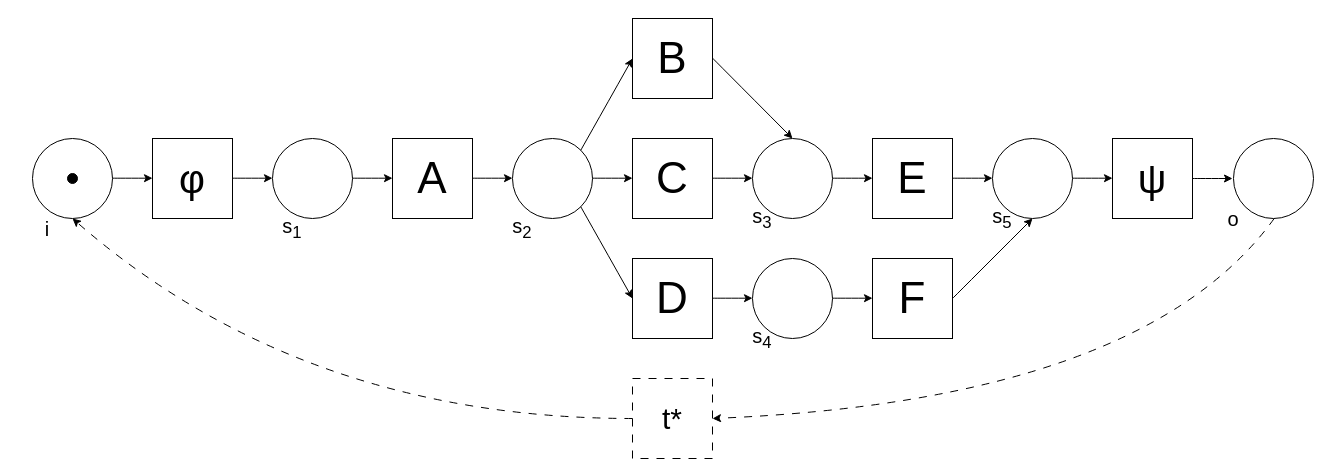
Earlier version of the draw.io diagram StateMaschine.drawio (Marakil/BA_Bilder). Source tidied: cells renumbered, new cells numbered last; positions are measured from the earlier drawing's top-left corner, leaving out a move shared by most shapes. Both pictures are drawn from the tidied source at 100%, with x=0, y=0 at pixel (17, 18).
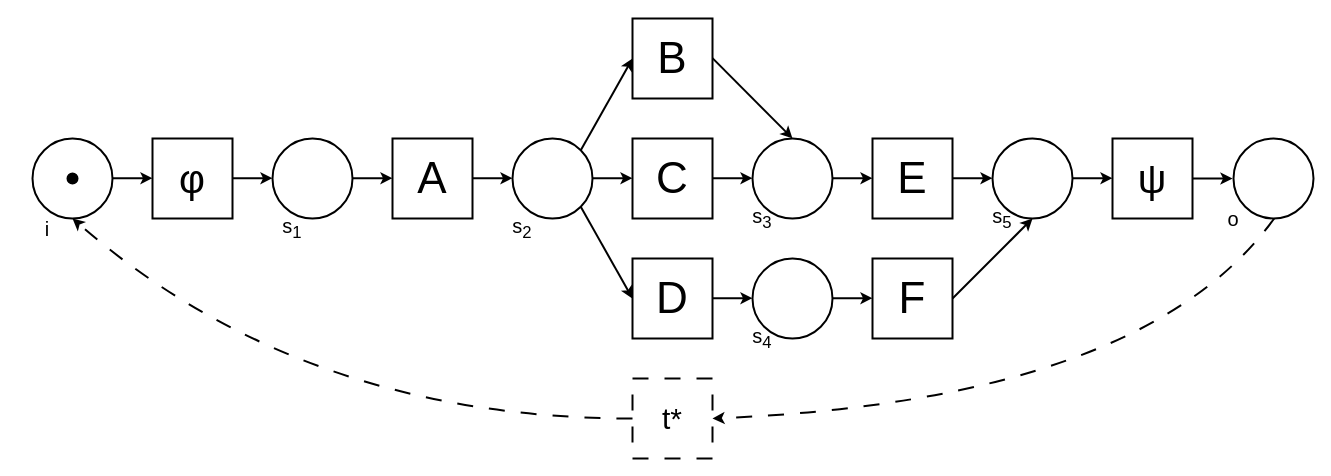
Above is the later version.

Change to the diagram source:
```diff
@@
-    <mxCell id="2" style="ellipse;whiteSpace=wrap;html=1;strokeWidth=1;" parent="1" vertex="1">
+    <mxCell id="2" style="ellipse;whiteSpace=wrap;html=1;strokeWidth=2;" parent="1" vertex="1">
       <mxGeometry x="15" y="120" width="80" height="80" as="geometry" />
     </mxCell>
-    <mxCell id="3" value="φ" style="rounded=0;whiteSpace=wrap;html=1;fontSize=40;strokeWidth=1;" parent="1" vertex="1">
+    <mxCell id="3" value="φ" style="rounded=0;whiteSpace=wrap;html=1;fontSize=40;strokeWidth=2;" parent="1" vertex="1">
       <mxGeometry x="135" y="120" width="80" height="80" as="geometry" />
     </mxCell>
-    <mxCell id="4" style="ellipse;whiteSpace=wrap;html=1;strokeWidth=1;" parent="1" vertex="1">
+    <mxCell id="4" style="ellipse;whiteSpace=wrap;html=1;strokeWidth=2;" parent="1" vertex="1">
       <mxGeometry x="255" y="120" width="80" height="80" as="geometry" />
     </mxCell>
-    <mxCell id="5" value="A" style="rounded=0;whiteSpace=wrap;html=1;fontSize=44;strokeWidth=1;" parent="1" vertex="1">
+    <mxCell id="5" value="A" style="rounded=0;whiteSpace=wrap;html=1;fontSize=44;strokeWidth=2;" parent="1" vertex="1">
       <mxGeometry x="375" y="120" width="80" height="80" as="geometry" />
     </mxCell>
-    <mxCell id="6" style="ellipse;whiteSpace=wrap;html=1;strokeWidth=1;" parent="1" vertex="1">
+    <mxCell id="6" style="ellipse;whiteSpace=wrap;html=1;strokeWidth=2;" parent="1" vertex="1">
       <mxGeometry x="495" y="120" width="80" height="80" as="geometry" />
     </mxCell>
-    <mxCell id="7" value="B" style="rounded=0;whiteSpace=wrap;html=1;fontSize=44;strokeWidth=1;" parent="1" vertex="1">
+    <mxCell id="7" value="B" style="rounded=0;whiteSpace=wrap;html=1;fontSize=44;strokeWidth=2;" parent="1" vertex="1">
       <mxGeometry x="615" width="80" height="80" as="geometry" />
     </mxCell>
-    <mxCell id="8" value="C" style="rounded=0;whiteSpace=wrap;html=1;fontSize=44;strokeWidth=1;" parent="1" vertex="1">
+    <mxCell id="8" value="C" style="rounded=0;whiteSpace=wrap;html=1;fontSize=44;strokeWidth=2;" parent="1" vertex="1">
       <mxGeometry x="615" y="120" width="80" height="80" as="geometry" />
     </mxCell>
-    <mxCell id="9" value="D" style="rounded=0;whiteSpace=wrap;html=1;fontSize=44;strokeWidth=1;" parent="1" vertex="1">
+    <mxCell id="9" value="D" style="rounded=0;whiteSpace=wrap;html=1;fontSize=44;strokeWidth=2;" parent="1" vertex="1">
       <mxGeometry x="615" y="240" width="80" height="80" as="geometry" />
     </mxCell>
-    <mxCell id="10" style="ellipse;whiteSpace=wrap;html=1;strokeWidth=1;" parent="1" vertex="1">
+    <mxCell id="10" style="ellipse;whiteSpace=wrap;html=1;strokeWidth=2;" parent="1" vertex="1">
       <mxGeometry x="735" y="120" width="80" height="80" as="geometry" />
     </mxCell>
-    <mxCell id="11" style="ellipse;whiteSpace=wrap;html=1;strokeWidth=1;" parent="1" vertex="1">
+    <mxCell id="11" style="ellipse;whiteSpace=wrap;html=1;strokeWidth=2;" parent="1" vertex="1">
       <mxGeometry x="735" y="240" width="80" height="80" as="geometry" />
     </mxCell>
-    <mxCell id="12" value="E" style="rounded=0;whiteSpace=wrap;html=1;fontSize=44;strokeWidth=1;" parent="1" vertex="1">
+    <mxCell id="12" value="E" style="rounded=0;whiteSpace=wrap;html=1;fontSize=44;strokeWidth=2;" parent="1" vertex="1">
       <mxGeometry x="855" y="120" width="80" height="80" as="geometry" />
     </mxCell>
-    <mxCell id="13" value="F" style="rounded=0;whiteSpace=wrap;html=1;fontSize=44;strokeWidth=1;" parent="1" vertex="1">
+    <mxCell id="13" value="F" style="rounded=0;whiteSpace=wrap;html=1;fontSize=44;strokeWidth=2;" parent="1" vertex="1">
       <mxGeometry x="855" y="240" width="80" height="80" as="geometry" />
     </mxCell>
-    <mxCell id="14" style="ellipse;whiteSpace=wrap;html=1;strokeWidth=1;" parent="1" vertex="1">
+    <mxCell id="14" style="ellipse;whiteSpace=wrap;html=1;strokeWidth=2;" parent="1" vertex="1">
       <mxGeometry x="975" y="120" width="80" height="80" as="geometry" />
     </mxCell>
-    <mxCell id="15" value="ψ" style="rounded=0;whiteSpace=wrap;html=1;fontSize=40;strokeWidth=1;" parent="1" vertex="1">
+    <mxCell id="15" value="ψ" style="rounded=0;whiteSpace=wrap;html=1;fontSize=40;strokeWidth=2;" parent="1" vertex="1">
       <mxGeometry x="1095" y="120" width="80" height="80" as="geometry" />
     </mxCell>
-    <mxCell id="16" style="endArrow=classic;html=1;rounded=0;curved=1;exitX=1;exitY=0.5;exitDx=0;exitDy=0;strokeWidth=1;" parent="1" edge="1" source="15">
+    <mxCell id="16" style="endArrow=classic;html=1;rounded=0;curved=1;exitX=1;exitY=0.5;exitDx=0;exitDy=0;strokeWidth=2;" parent="1" edge="1" source="15">
       <mxGeometry relative="1" as="geometry">
         <mxPoint x="1215" y="160" as="targetPoint" />
       </mxGeometry>
     </mxCell>
-    <mxCell id="17" style="ellipse;whiteSpace=wrap;html=1;strokeWidth=1;" parent="1" vertex="1">
+    <mxCell id="17" style="ellipse;whiteSpace=wrap;html=1;strokeWidth=2;" parent="1" vertex="1">
       <mxGeometry x="1216" y="120" width="80" height="80" as="geometry" />
     </mxCell>
-    <mxCell id="18" style="ellipse;whiteSpace=wrap;html=1;fillColor=#000000;strokeWidth=1;" parent="1" vertex="1">
+    <mxCell id="18" style="ellipse;whiteSpace=wrap;html=1;fillColor=#000000;strokeWidth=2;" parent="1" vertex="1">
       <mxGeometry x="50" y="155" width="10" height="10" as="geometry" />
     </mxCell>
-    <mxCell id="19" style="endArrow=classic;html=1;rounded=0;curved=1;exitX=1;exitY=0.5;exitDx=0;exitDy=0;strokeWidth=1;" parent="1" edge="1">
+    <mxCell id="19" style="endArrow=classic;html=1;rounded=0;curved=1;exitX=1;exitY=0.5;exitDx=0;exitDy=0;strokeWidth=2;" parent="1" edge="1">
       <mxGeometry relative="1" as="geometry">
         <mxPoint x="695" y="159.7" as="sourcePoint" />
         <mxPoint x="735" y="159.7" as="targetPoint" />
       </mxGeometry>
     </mxCell>
-    <mxCell id="20" style="endArrow=classic;html=1;rounded=0;curved=1;exitX=1;exitY=0.5;exitDx=0;exitDy=0;strokeWidth=1;" parent="1" edge="1">
+    <mxCell id="20" style="endArrow=classic;html=1;rounded=0;curved=1;exitX=1;exitY=0.5;exitDx=0;exitDy=0;strokeWidth=2;" parent="1" edge="1">
       <mxGeometry relative="1" as="geometry">
         <mxPoint x="695" y="279.7" as="sourcePoint" />
         <mxPoint x="735" y="279.7" as="targetPoint" />
       </mxGeometry>
     </mxCell>
-    <mxCell id="21" style="endArrow=classic;html=1;rounded=0;curved=1;exitX=1;exitY=0.5;exitDx=0;exitDy=0;strokeWidth=1;" parent="1" edge="1">
+    <mxCell id="21" style="endArrow=classic;html=1;rounded=0;curved=1;exitX=1;exitY=0.5;exitDx=0;exitDy=0;strokeWidth=2;" parent="1" edge="1">
       <mxGeometry relative="1" as="geometry">
         <mxPoint x="815" y="279.7" as="sourcePoint" />
         <mxPoint x="855" y="279.7" as="targetPoint" />
       </mxGeometry>
     </mxCell>
-    <mxCell id="22" style="endArrow=classic;html=1;rounded=0;curved=1;exitX=1;exitY=0.5;exitDx=0;exitDy=0;strokeWidth=1;" parent="1" edge="1">
+    <mxCell id="22" style="endArrow=classic;html=1;rounded=0;curved=1;exitX=1;exitY=0.5;exitDx=0;exitDy=0;strokeWidth=2;" parent="1" edge="1">
       <mxGeometry relative="1" as="geometry">
         <mxPoint x="815" y="159.7" as="sourcePoint" />
         <mxPoint x="855" y="159.7" as="targetPoint" />
       </mxGeometry>
     </mxCell>
-    <mxCell id="23" style="endArrow=classic;html=1;rounded=0;curved=1;exitX=1;exitY=0.5;exitDx=0;exitDy=0;strokeWidth=1;" parent="1" edge="1">
+    <mxCell id="23" style="endArrow=classic;html=1;rounded=0;curved=1;exitX=1;exitY=0.5;exitDx=0;exitDy=0;strokeWidth=2;" parent="1" edge="1">
       <mxGeometry relative="1" as="geometry">
         <mxPoint x="935" y="159.7" as="sourcePoint" />
         <mxPoint x="975" y="159.7" as="targetPoint" />
       </mxGeometry>
     </mxCell>
-    <mxCell id="24" style="endArrow=classic;html=1;rounded=0;curved=1;exitX=1;exitY=0.5;exitDx=0;exitDy=0;strokeWidth=1;" parent="1" edge="1">
+    <mxCell id="24" style="endArrow=classic;html=1;rounded=0;curved=1;exitX=1;exitY=0.5;exitDx=0;exitDy=0;strokeWidth=2;" parent="1" edge="1">
       <mxGeometry relative="1" as="geometry">
         <mxPoint x="1055" y="159.7" as="sourcePoint" />
         <mxPoint x="1095" y="159.7" as="targetPoint" />
       </mxGeometry>
     </mxCell>
-    <mxCell id="25" style="endArrow=classic;html=1;rounded=0;curved=1;exitX=1;exitY=0.5;exitDx=0;exitDy=0;strokeWidth=1;" parent="1" edge="1">
+    <mxCell id="25" style="endArrow=classic;html=1;rounded=0;curved=1;exitX=1;exitY=0.5;exitDx=0;exitDy=0;strokeWidth=2;" parent="1" edge="1">
       <mxGeometry relative="1" as="geometry">
         <mxPoint x="575" y="159.7" as="sourcePoint" />
         <mxPoint x="615" y="159.7" as="targetPoint" />
       </mxGeometry>
     </mxCell>
-    <mxCell id="26" style="endArrow=classic;html=1;rounded=0;curved=1;exitX=1;exitY=0.5;exitDx=0;exitDy=0;strokeWidth=1;" parent="1" edge="1">
+    <mxCell id="26" style="endArrow=classic;html=1;rounded=0;curved=1;exitX=1;exitY=0.5;exitDx=0;exitDy=0;strokeWidth=2;" parent="1" edge="1">
       <mxGeometry relative="1" as="geometry">
         <mxPoint x="455" y="159.7" as="sourcePoint" />
         <mxPoint x="495" y="159.7" as="targetPoint" />
       </mxGeometry>
     </mxCell>
-    <mxCell id="27" style="endArrow=classic;html=1;rounded=0;curved=1;exitX=1;exitY=0.5;exitDx=0;exitDy=0;strokeWidth=1;" parent="1" edge="1">
+    <mxCell id="27" style="endArrow=classic;html=1;rounded=0;curved=1;exitX=1;exitY=0.5;exitDx=0;exitDy=0;strokeWidth=2;" parent="1" edge="1">
       <mxGeometry relative="1" as="geometry">
         <mxPoint x="335" y="159.7" as="sourcePoint" />
         <mxPoint x="375" y="159.7" as="targetPoint" />
       </mxGeometry>
     </mxCell>
-    <mxCell id="28" style="endArrow=classic;html=1;rounded=0;curved=1;exitX=1;exitY=0.5;exitDx=0;exitDy=0;strokeWidth=1;" parent="1" edge="1">
+    <mxCell id="28" style="endArrow=classic;html=1;rounded=0;curved=1;exitX=1;exitY=0.5;exitDx=0;exitDy=0;strokeWidth=2;" parent="1" edge="1">
       <mxGeometry relative="1" as="geometry">
         <mxPoint x="215" y="159.7" as="sourcePoint" />
         <mxPoint x="255" y="159.7" as="targetPoint" />
       </mxGeometry>
     </mxCell>
-    <mxCell id="29" style="endArrow=classic;html=1;rounded=0;curved=1;exitX=1;exitY=0.5;exitDx=0;exitDy=0;strokeWidth=1;" parent="1" edge="1">
+    <mxCell id="29" style="endArrow=classic;html=1;rounded=0;curved=1;exitX=1;exitY=0.5;exitDx=0;exitDy=0;strokeWidth=2;" parent="1" edge="1">
       <mxGeometry relative="1" as="geometry">
         <mxPoint x="95" y="159.7" as="sourcePoint" />
         <mxPoint x="135" y="159.7" as="targetPoint" />
       </mxGeometry>
     </mxCell>
-    <mxCell id="30" value="t*" style="rounded=0;whiteSpace=wrap;html=1;dashed=1;dashPattern=8 8;fontSize=30;strokeWidth=1;" parent="1" vertex="1">
+    <mxCell id="30" value="t*" style="rounded=0;whiteSpace=wrap;html=1;dashed=1;dashPattern=8 8;fontSize=30;strokeWidth=2;" parent="1" vertex="1">
       <mxGeometry x="615" y="360" width="80" height="80" as="geometry" />
     </mxCell>
-    <mxCell id="31" style="endArrow=classic;html=1;rounded=0;curved=1;entryX=1;entryY=0.5;entryDx=0;entryDy=0;exitX=0;exitY=1;exitDx=0;exitDy=0;dashed=1;dashPattern=8 8;strokeWidth=1;" parent="1" edge="1" target="30">
+    <mxCell id="31" style="endArrow=classic;html=1;rounded=0;curved=1;entryX=1;entryY=0.5;entryDx=0;entryDy=0;exitX=0;exitY=1;exitDx=0;exitDy=0;dashed=1;dashPattern=8 8;strokeWidth=2;" parent="1" edge="1" target="30">
       <mxGeometry relative="1" as="geometry">
         <mxPoint x="1256.7" y="200" as="sourcePoint" />
         <Array as="points">
           <mxPoint x="1125" y="381.7" />
         </Array>
       </mxGeometry>
     </mxCell>
-    <mxCell id="32" style="endArrow=classic;html=1;rounded=0;curved=1;entryX=0.5;entryY=1;entryDx=0;entryDy=0;exitX=0;exitY=1;exitDx=0;exitDy=0;dashed=1;dashPattern=8 8;strokeWidth=1;" parent="1" edge="1" target="2">
+    <mxCell id="32" style="endArrow=classic;html=1;rounded=0;curved=1;entryX=0.5;entryY=1;entryDx=0;entryDy=0;exitX=0;exitY=1;exitDx=0;exitDy=0;dashed=1;dashPattern=8 8;strokeWidth=2;" parent="1" edge="1" target="2">
       <mxGeometry relative="1" as="geometry">
         <mxPoint x="615" y="400" as="sourcePoint" />
         <Array as="points">
           <mxPoint x="285" y="400" />
         </Array>
       </mxGeometry>
     </mxCell>
-    <mxCell id="33" style="endArrow=classic;html=1;rounded=0;curved=1;exitX=1;exitY=0;exitDx=0;exitDy=0;entryX=0;entryY=0.5;entryDx=0;entryDy=0;strokeWidth=1;" parent="1" edge="1" source="6" target="7">
+    <mxCell id="33" style="endArrow=classic;html=1;rounded=0;curved=1;exitX=1;exitY=0;exitDx=0;exitDy=0;entryX=0;entryY=0.5;entryDx=0;entryDy=0;strokeWidth=2;" parent="1" edge="1" source="6" target="7">
       <mxGeometry relative="1" as="geometry" />
     </mxCell>
-    <mxCell id="34" style="endArrow=classic;html=1;rounded=0;curved=1;exitX=1;exitY=1;exitDx=0;exitDy=0;entryX=0;entryY=0.5;entryDx=0;entryDy=0;strokeWidth=1;" parent="1" edge="1" source="6" target="9">
+    <mxCell id="34" style="endArrow=classic;html=1;rounded=0;curved=1;exitX=1;exitY=1;exitDx=0;exitDy=0;entryX=0;entryY=0.5;entryDx=0;entryDy=0;strokeWidth=2;" parent="1" edge="1" source="6" target="9">
       <mxGeometry relative="1" as="geometry" />
     </mxCell>
-    <mxCell id="35" style="endArrow=classic;html=1;rounded=0;curved=1;exitX=1;exitY=0.5;exitDx=0;exitDy=0;entryX=0.5;entryY=1;entryDx=0;entryDy=0;strokeWidth=1;" parent="1" edge="1" source="13" target="14">
+    <mxCell id="35" style="endArrow=classic;html=1;rounded=0;curved=1;exitX=1;exitY=0.5;exitDx=0;exitDy=0;entryX=0.5;entryY=1;entryDx=0;entryDy=0;strokeWidth=2;" parent="1" edge="1" source="13" target="14">
       <mxGeometry relative="1" as="geometry" />
     </mxCell>
-    <mxCell id="36" style="endArrow=classic;html=1;rounded=0;curved=1;exitX=1;exitY=0.5;exitDx=0;exitDy=0;entryX=0.5;entryY=0;entryDx=0;entryDy=0;strokeWidth=1;" parent="1" edge="1" target="10">
+    <mxCell id="36" style="endArrow=classic;html=1;rounded=0;curved=1;exitX=1;exitY=0.5;exitDx=0;exitDy=0;entryX=0.5;entryY=0;entryDx=0;entryDy=0;strokeWidth=2;" parent="1" edge="1" target="10">
       <mxGeometry relative="1" as="geometry">
         <mxPoint x="695" y="39.6" as="sourcePoint" />
       </mxGeometry>
     </mxCell>
-    <mxCell id="37" value="s&lt;sub&gt;1&lt;/sub&gt;" style="text;html=1;strokeColor=none;fillColor=none;align=center;verticalAlign=middle;whiteSpace=wrap;rounded=0;fontSize=20;strokeWidth=1;" parent="1" vertex="1">
+    <mxCell id="37" value="s&lt;sub&gt;1&lt;/sub&gt;" style="text;html=1;strokeColor=none;fillColor=none;align=center;verticalAlign=middle;whiteSpace=wrap;rounded=0;fontSize=20;strokeWidth=2;" parent="1" vertex="1">
       <mxGeometry x="245" y="190" width="60" height="40" as="geometry" />
     </mxCell>
-    <mxCell id="38" value="i" style="text;html=1;strokeColor=none;fillColor=none;align=center;verticalAlign=middle;whiteSpace=wrap;rounded=0;fontSize=20;strokeWidth=1;" parent="1" vertex="1">
+    <mxCell id="38" value="i" style="text;html=1;strokeColor=none;fillColor=none;align=center;verticalAlign=middle;whiteSpace=wrap;rounded=0;fontSize=20;strokeWidth=2;" parent="1" vertex="1">
       <mxGeometry y="190" width="60" height="40" as="geometry" />
     </mxCell>
-    <mxCell id="39" value="s&lt;sub&gt;2&lt;/sub&gt;" style="text;html=1;strokeColor=none;fillColor=none;align=center;verticalAlign=middle;whiteSpace=wrap;rounded=0;fontSize=20;strokeWidth=1;" parent="1" vertex="1">
+    <mxCell id="39" value="s&lt;sub&gt;2&lt;/sub&gt;" style="text;html=1;strokeColor=none;fillColor=none;align=center;verticalAlign=middle;whiteSpace=wrap;rounded=0;fontSize=20;strokeWidth=2;" parent="1" vertex="1">
       <mxGeometry x="475" y="190" width="60" height="40" as="geometry" />
     </mxCell>
-    <mxCell id="40" value="s&lt;sub&gt;3&lt;/sub&gt;" style="text;html=1;strokeColor=none;fillColor=none;align=center;verticalAlign=middle;whiteSpace=wrap;rounded=0;fontSize=20;strokeWidth=1;" parent="1" vertex="1">
+    <mxCell id="40" value="s&lt;sub&gt;3&lt;/sub&gt;" style="text;html=1;strokeColor=none;fillColor=none;align=center;verticalAlign=middle;whiteSpace=wrap;rounded=0;fontSize=20;strokeWidth=2;" parent="1" vertex="1">
       <mxGeometry x="715" y="180" width="60" height="40" as="geometry" />
     </mxCell>
-    <mxCell id="41" value="s&lt;sub&gt;4&lt;/sub&gt;" style="text;html=1;strokeColor=none;fillColor=none;align=center;verticalAlign=middle;whiteSpace=wrap;rounded=0;fontSize=20;strokeWidth=1;" parent="1" vertex="1">
+    <mxCell id="41" value="s&lt;sub&gt;4&lt;/sub&gt;" style="text;html=1;strokeColor=none;fillColor=none;align=center;verticalAlign=middle;whiteSpace=wrap;rounded=0;fontSize=20;strokeWidth=2;" parent="1" vertex="1">
       <mxGeometry x="715" y="300" width="60" height="40" as="geometry" />
     </mxCell>
-    <mxCell id="42" value="s&lt;sub&gt;5&lt;/sub&gt;" style="text;html=1;strokeColor=none;fillColor=none;align=center;verticalAlign=middle;whiteSpace=wrap;rounded=0;fontSize=20;strokeWidth=1;" parent="1" vertex="1">
+    <mxCell id="42" value="s&lt;sub&gt;5&lt;/sub&gt;" style="text;html=1;strokeColor=none;fillColor=none;align=center;verticalAlign=middle;whiteSpace=wrap;rounded=0;fontSize=20;strokeWidth=2;" parent="1" vertex="1">
       <mxGeometry x="955" y="180" width="60" height="40" as="geometry" />
     </mxCell>
-    <mxCell id="43" value="o" style="text;html=1;strokeColor=none;fillColor=none;align=center;verticalAlign=middle;whiteSpace=wrap;rounded=0;fontSize=20;strokeWidth=1;" parent="1" vertex="1">
+    <mxCell id="43" value="o" style="text;html=1;strokeColor=none;fillColor=none;align=center;verticalAlign=middle;whiteSpace=wrap;rounded=0;fontSize=20;strokeWidth=2;" parent="1" vertex="1">
       <mxGeometry x="1186" y="180" width="60" height="40" as="geometry" />
     </mxCell>
```
